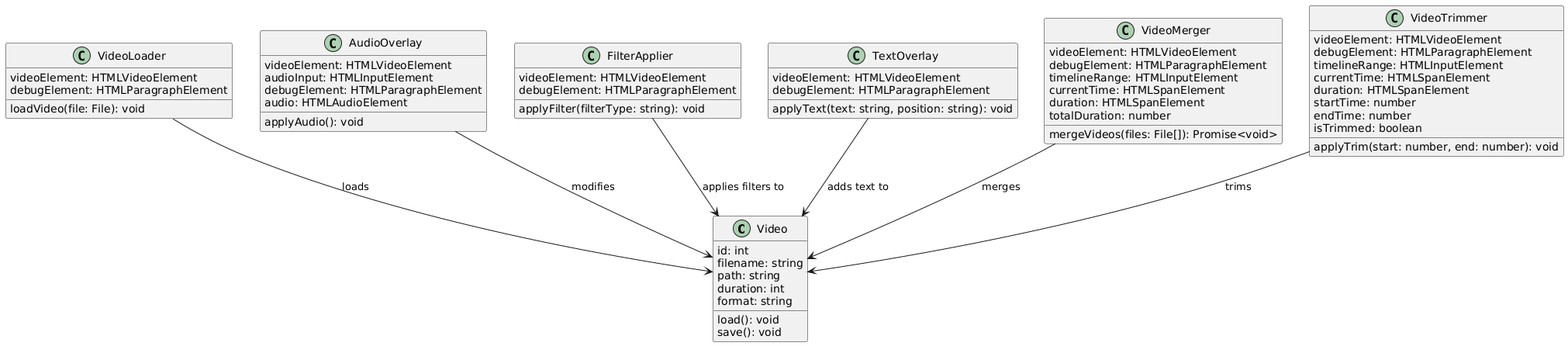
qwint2ez/web-video-editor keeps this PlantUML diagram as web-video-editor-uml.png. Above is the earlier version.
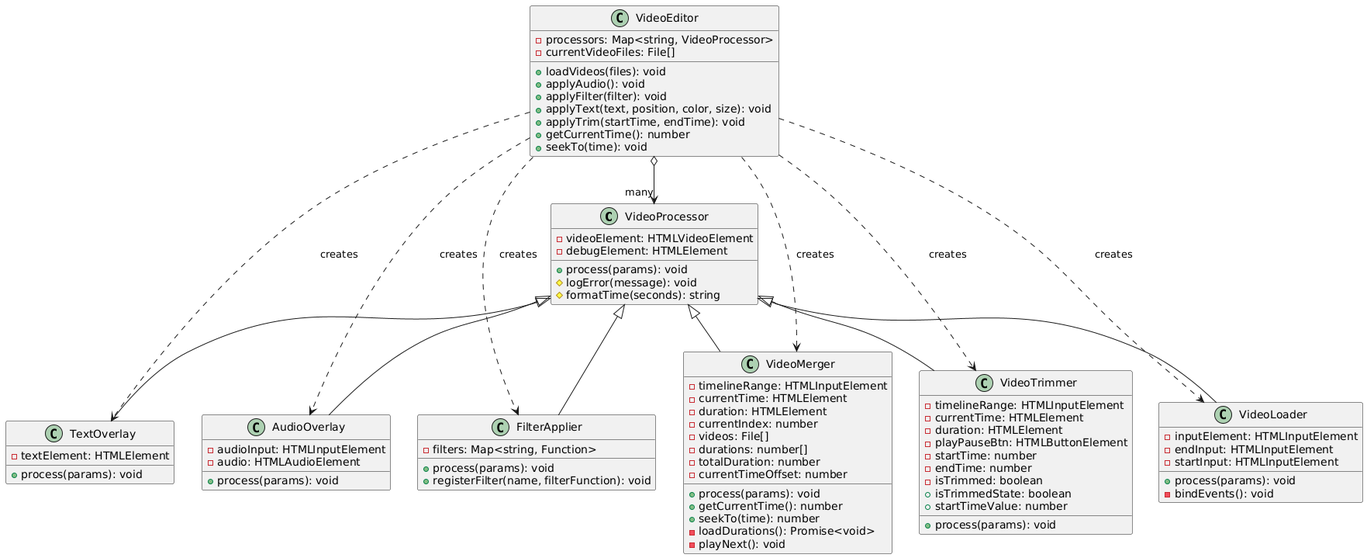
After the change.

The edit, as a diff of the source:
```diff
@@ -1,66 +1,89 @@
 @startuml
-class Video {
-  id: int
-  filename: string
-  path: string
-  duration: int
-  format: string
-  load(): void
-  save(): void
+class VideoProcessor {
+  -videoElement: HTMLVideoElement
+  -debugElement: HTMLElement
+  +process(params): void
+  #logError(message): void
+  #formatTime(seconds): string
+}
+
+class AudioOverlay {
+  -audioInput: HTMLInputElement
+  -audio: HTMLAudioElement
+  +process(params): void
+}
+
+class FilterApplier {
+  -filters: Map<string, Function>
+  +process(params): void
+  +registerFilter(name, filterFunction): void
+}
+
+class TextOverlay {
+  -textElement: HTMLElement
+  +process(params): void
 }
 
 class VideoLoader {
-  videoElement: HTMLVideoElement
-  debugElement: HTMLParagraphElement
-  loadVideo(file: File): void
-}
-
-class AudioOverlay {
-  videoElement: HTMLVideoElement
-  audioInput: HTMLInputElement
-  debugElement: HTMLParagraphElement
-  audio: HTMLAudioElement
-  applyAudio(): void
-}
-
-class FilterApplier {
-  videoElement: HTMLVideoElement
-  debugElement: HTMLParagraphElement
-  applyFilter(filterType: string): void
-}
-
-class TextOverlay {
-  videoElement: HTMLVideoElement
-  debugElement: HTMLParagraphElement
-  applyText(text: string, position: string): void
+  -inputElement: HTMLInputElement
+  -endInput: HTMLInputElement
+  -startInput: HTMLInputElement
+  +process(params): void
+  -bindEvents(): void
 }
 
 class VideoMerger {
-  videoElement: HTMLVideoElement
-  debugElement: HTMLParagraphElement
-  timelineRange: HTMLInputElement
-  currentTime: HTMLSpanElement
-  duration: HTMLSpanElement
-  totalDuration: number
-  mergeVideos(files: File[]): Promise<void>
+  -timelineRange: HTMLInputElement
+  -currentTime: HTMLElement
+  -duration: HTMLElement
+  -currentIndex: number
+  -videos: File[]
+  -durations: number[]
+  -totalDuration: number
+  -currentTimeOffset: number
+  +process(params): void
+  +getCurrentTime(): number
+  +seekTo(time): number
+  -loadDurations(): Promise<void>
+  -playNext(): void
 }
 
 class VideoTrimmer {
-  videoElement: HTMLVideoElement
-  debugElement: HTMLParagraphElement
-  timelineRange: HTMLInputElement
-  currentTime: HTMLSpanElement
-  duration: HTMLSpanElement
-  startTime: number
-  endTime: number
-  isTrimmed: boolean
-  applyTrim(start: number, end: number): void
+  -timelineRange: HTMLInputElement
+  -currentTime: HTMLElement
+  -duration: HTMLElement
+  -playPauseBtn: HTMLButtonElement
+  -startTime: number
+  -endTime: number
+  -isTrimmed: boolean
+  +process(params): void
+  +isTrimmedState: boolean
+  +startTimeValue: number
 }
 
-VideoLoader --> Video : loads
-AudioOverlay --> Video : modifies
-FilterApplier --> Video : applies filters to
-TextOverlay --> Video : adds text to
-VideoMerger --> Video : merges
-VideoTrimmer --> Video : trims
+class VideoEditor {
+  -processors: Map<string, VideoProcessor>
+  -currentVideoFiles: File[]
+  +loadVideos(files): void
+  +applyAudio(): void
+  +applyFilter(filter): void
+  +applyText(text, position, color, size): void
+  +applyTrim(startTime, endTime): void
+  +getCurrentTime(): number
+  +seekTo(time): void
+}
+
+VideoProcessor <|-- AudioOverlay
+VideoProcessor <|-- FilterApplier
+VideoProcessor <|-- TextOverlay
+VideoProcessor <|-- VideoLoader
+VideoProcessor <|-- VideoMerger
+VideoProcessor <|-- VideoTrimmer
+VideoEditor o--> "many" VideoProcessor
+VideoEditor ..> AudioOverlay : creates
+VideoEditor ..> FilterApplier : creates
+VideoEditor ..> TextOverlay : creates
+VideoEditor ..> VideoLoader : creates
+VideoEditor ..> VideoMerger : creates
+VideoEditor ..> VideoTrimmer : creates
 @enduml
```
